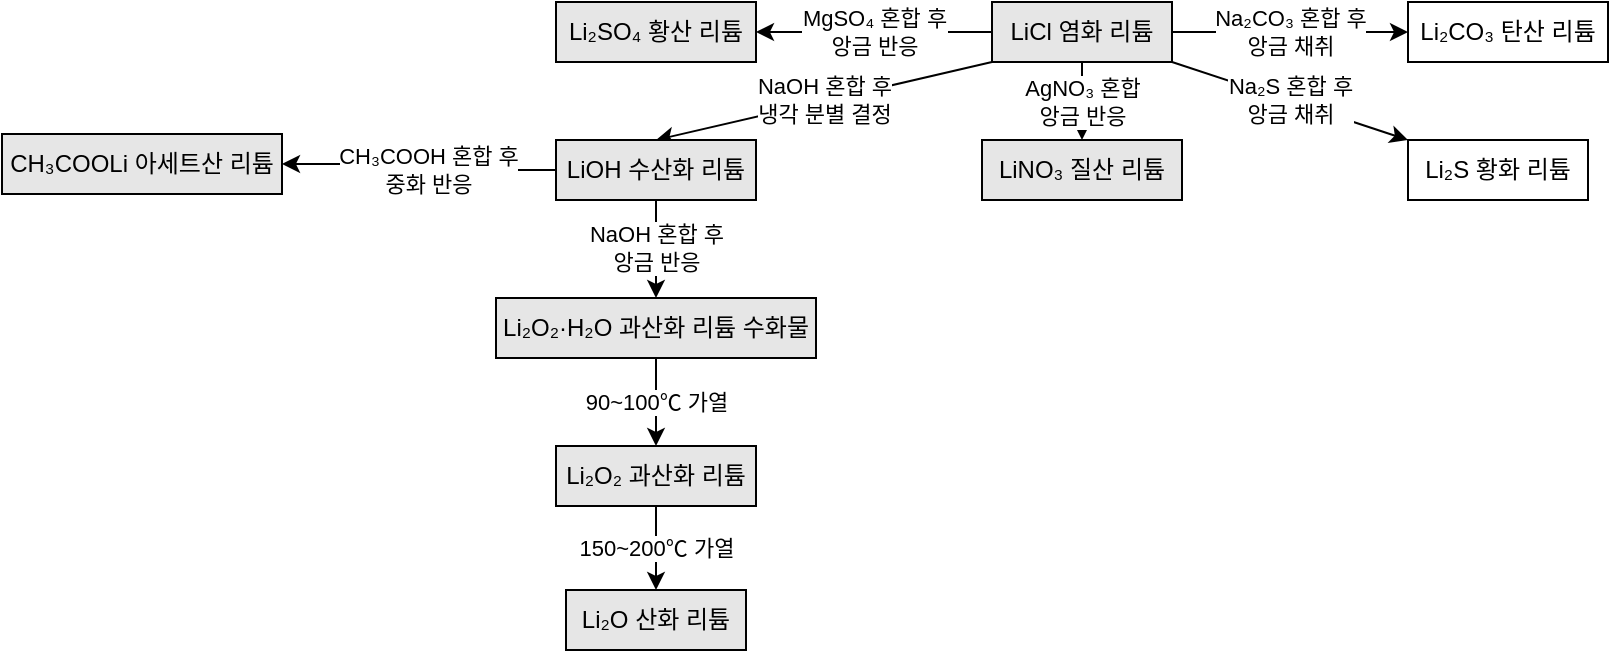
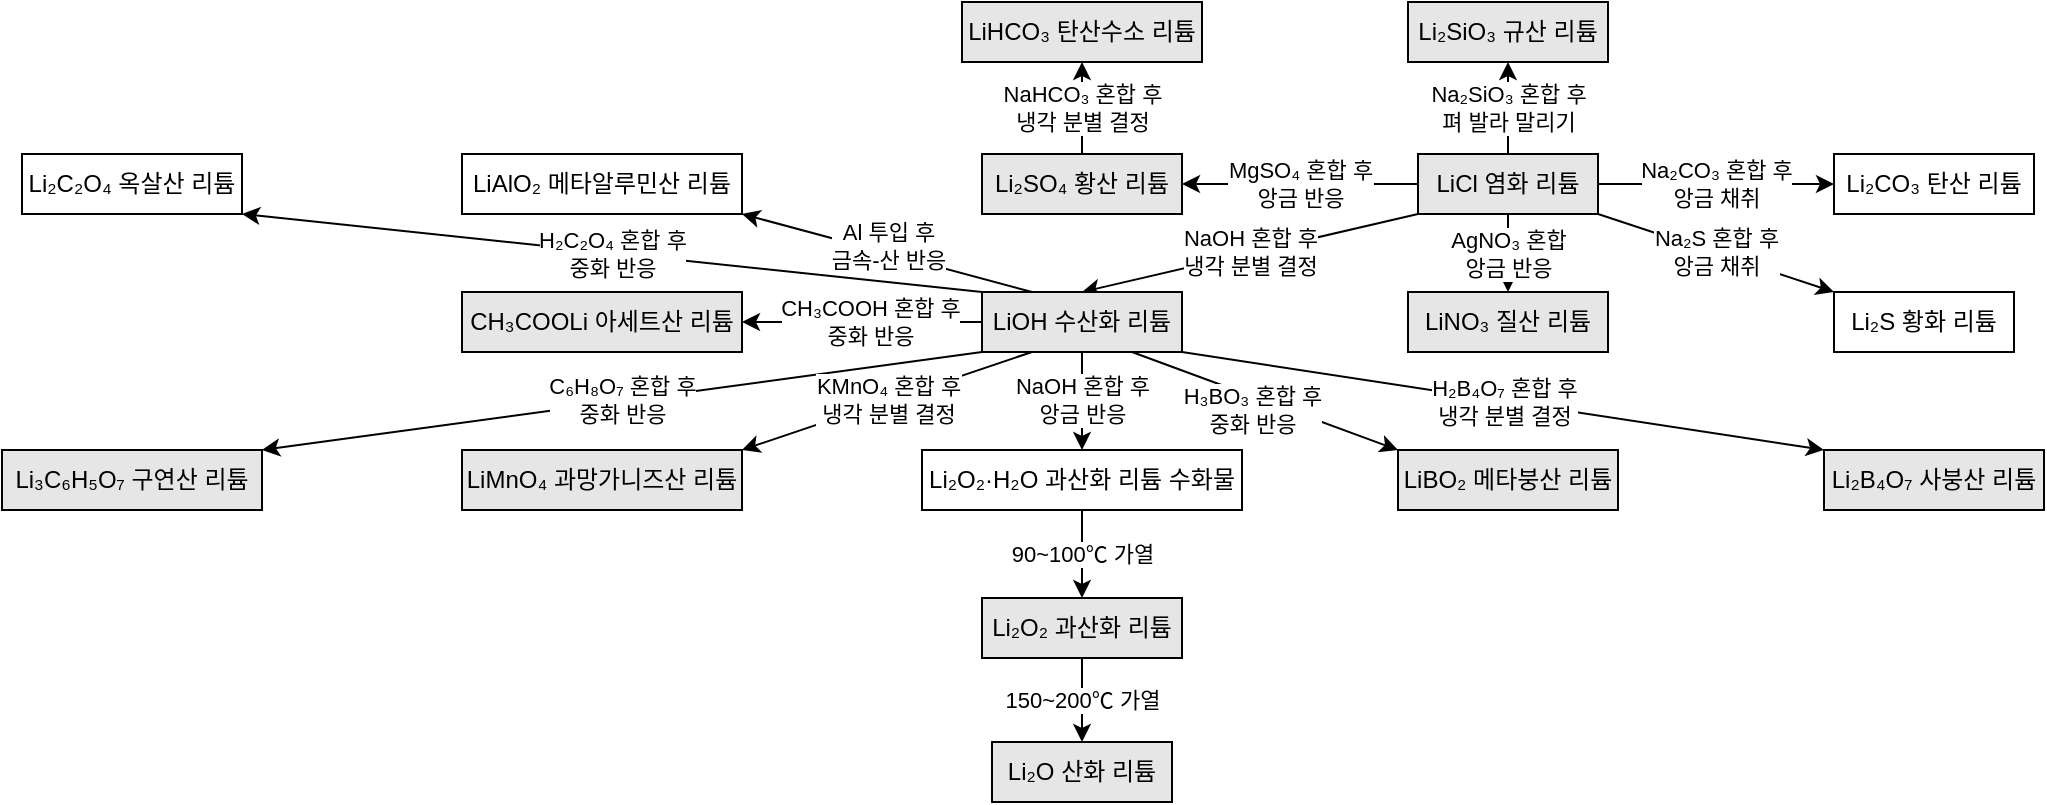
<mxfile host="app.diagrams.net">
  <diagram name="페이지-1" id="5QjBZDjAQWj_5qGgaRR9">
-     <mxGraphModel dx="1628" dy="949" grid="0" gridSize="10" guides="1" tooltips="1" connect="1" arrows="1" fold="1" page="0" pageScale="1" pageWidth="827" pageHeight="1169" math="0" shadow="0">
+     <mxGraphModel dx="2213" dy="1336" grid="0" gridSize="10" guides="1" tooltips="1" connect="1" arrows="1" fold="1" page="0" pageScale="1" pageWidth="827" pageHeight="1169" math="0" shadow="0">
      <root>
        <mxCell id="0" />
        <mxCell id="1" parent="0" />
        <mxCell id="AcUi6nx6hBdICLV07UQd-4" edge="1" parent="1" source="AcUi6nx6hBdICLV07UQd-1" style="edgeStyle=orthogonalEdgeStyle;rounded=0;orthogonalLoop=1;jettySize=auto;html=1;exitX=1;exitY=0.5;exitDx=0;exitDy=0;" target="AcUi6nx6hBdICLV07UQd-3" value="Na₂CO₃ 혼합 후&lt;br&gt;앙금 채취">
          <mxGeometry relative="1" as="geometry" />
        </mxCell>
        <mxCell id="AcUi6nx6hBdICLV07UQd-6" edge="1" parent="1" source="AcUi6nx6hBdICLV07UQd-1" style="rounded=0;orthogonalLoop=1;jettySize=auto;html=1;exitX=1;exitY=1;exitDx=0;exitDy=0;entryX=0;entryY=0;entryDx=0;entryDy=0;" target="AcUi6nx6hBdICLV07UQd-5" value="Na₂S 혼합 후&lt;br&gt;앙금 채취">
          <mxGeometry relative="1" as="geometry" />
        </mxCell>
        <mxCell id="AcUi6nx6hBdICLV07UQd-8" edge="1" parent="1" source="AcUi6nx6hBdICLV07UQd-1" style="rounded=0;orthogonalLoop=1;jettySize=auto;html=1;exitX=0.5;exitY=1;exitDx=0;exitDy=0;entryX=0.5;entryY=0;entryDx=0;entryDy=0;" target="AcUi6nx6hBdICLV07UQd-7" value="AgNO₃ 혼합&lt;br&gt;앙금 반응">
          <mxGeometry relative="1" as="geometry" />
        </mxCell>
        <mxCell id="AcUi6nx6hBdICLV07UQd-10" edge="1" parent="1" source="AcUi6nx6hBdICLV07UQd-1" style="rounded=0;orthogonalLoop=1;jettySize=auto;html=1;exitX=0;exitY=1;exitDx=0;exitDy=0;entryX=0.5;entryY=0;entryDx=0;entryDy=0;" target="AcUi6nx6hBdICLV07UQd-9" value="NaOH 혼합 후&lt;br&gt;냉각 분별 결정">
          <mxGeometry relative="1" as="geometry" />
        </mxCell>
        <mxCell id="AcUi6nx6hBdICLV07UQd-13" edge="1" parent="1" source="AcUi6nx6hBdICLV07UQd-1" style="edgeStyle=orthogonalEdgeStyle;rounded=0;orthogonalLoop=1;jettySize=auto;html=1;exitX=0;exitY=0.5;exitDx=0;exitDy=0;" target="AcUi6nx6hBdICLV07UQd-12" value="MgSO₄ 혼합 후&lt;div&gt;앙금 반응&lt;/div&gt;">
+           <mxGeometry relative="1" as="geometry" />
+         </mxCell>
+         <mxCell id="AcUi6nx6hBdICLV07UQd-30" edge="1" parent="1" source="AcUi6nx6hBdICLV07UQd-1" style="edgeStyle=orthogonalEdgeStyle;rounded=0;orthogonalLoop=1;jettySize=auto;html=1;exitX=0.5;exitY=0;exitDx=0;exitDy=0;entryX=0.5;entryY=1;entryDx=0;entryDy=0;" target="AcUi6nx6hBdICLV07UQd-29" value="Na₂SiO₃ 혼합 후&lt;br&gt;펴 발라 말리기">
          <mxGeometry relative="1" as="geometry" />
        </mxCell>
        <mxCell id="AcUi6nx6hBdICLV07UQd-1" parent="1" style="rounded=0;whiteSpace=wrap;html=1;fillColor=#E6E6E6;" value="LiCl 염화 리튬" vertex="1">
          <mxGeometry height="30" width="90" x="10" y="-24" as="geometry" />
        </mxCell>
        <mxCell id="AcUi6nx6hBdICLV07UQd-3" parent="1" style="rounded=0;whiteSpace=wrap;html=1;" value="Li₂CO₃ 탄산 리튬" vertex="1">
          <mxGeometry height="30" width="100" x="218" y="-24" as="geometry" />
        </mxCell>
        <mxCell id="AcUi6nx6hBdICLV07UQd-5" parent="1" style="rounded=0;whiteSpace=wrap;html=1;fillColor=#FFFFFF;" value="Li₂S 황화 리튬" vertex="1">
          <mxGeometry height="30" width="90" x="218" y="45" as="geometry" />
        </mxCell>
        <mxCell id="AcUi6nx6hBdICLV07UQd-7" parent="1" style="rounded=0;whiteSpace=wrap;html=1;fillColor=#E6E6E6;" value="LiNO₃ 질산&lt;span style=&quot;background-color: transparent; color: light-dark(rgb(0, 0, 0), rgb(255, 255, 255));&quot;&gt;&amp;nbsp;리튬&lt;/span&gt;" vertex="1">
          <mxGeometry height="30" width="100" x="5" y="45" as="geometry" />
        </mxCell>
        <mxCell id="AcUi6nx6hBdICLV07UQd-15" edge="1" parent="1" source="AcUi6nx6hBdICLV07UQd-9" style="rounded=0;orthogonalLoop=1;jettySize=auto;html=1;exitX=0.5;exitY=1;exitDx=0;exitDy=0;entryX=0.5;entryY=0;entryDx=0;entryDy=0;" target="AcUi6nx6hBdICLV07UQd-14" value="&lt;span style=&quot;color: rgb(0, 0, 0); font-family: Helvetica; font-size: 11px; font-style: normal; font-variant-ligatures: normal; font-variant-caps: normal; font-weight: 400; letter-spacing: normal; orphans: 2; text-align: center; text-indent: 0px; text-transform: none; widows: 2; word-spacing: 0px; -webkit-text-stroke-width: 0px; white-space: nowrap; background-color: rgb(255, 255, 255); text-decoration-thickness: initial; text-decoration-style: initial; text-decoration-color: initial; float: none; display: inline !important;&quot;&gt;NaOH 혼합 후&lt;/span&gt;&lt;div style=&quot;forced-color-adjust: none; color: rgb(0, 0, 0); font-family: Helvetica; font-size: 11px; font-style: normal; font-variant-ligatures: normal; font-variant-caps: normal; font-weight: 400; letter-spacing: normal; orphans: 2; text-align: center; text-indent: 0px; text-transform: none; widows: 2; word-spacing: 0px; -webkit-text-stroke-width: 0px; white-space: nowrap; text-decoration-thickness: initial; text-decoration-style: initial; text-decoration-color: initial;&quot;&gt;앙금 반응&lt;/div&gt;">
          <mxGeometry relative="1" x="-0.0196" as="geometry">
            <mxPoint as="offset" />
          </mxGeometry>
        </mxCell>
        <mxCell id="AcUi6nx6hBdICLV07UQd-25" edge="1" parent="1" source="AcUi6nx6hBdICLV07UQd-9" style="edgeStyle=orthogonalEdgeStyle;rounded=0;orthogonalLoop=1;jettySize=auto;html=1;exitX=0;exitY=0.5;exitDx=0;exitDy=0;" target="AcUi6nx6hBdICLV07UQd-24">
          <mxGeometry relative="1" as="geometry" />
        </mxCell>
        <mxCell id="AcUi6nx6hBdICLV07UQd-26" connectable="0" parent="AcUi6nx6hBdICLV07UQd-25" style="edgeLabel;html=1;align=center;verticalAlign=middle;resizable=0;points=[];" value="CH₃COOH 혼합 후&lt;br&gt;중화 반응" vertex="1">
          <mxGeometry relative="1" x="-0.1916" y="-2" as="geometry">
            <mxPoint x="-8" y="2" as="offset" />
          </mxGeometry>
        </mxCell>
+         <mxCell id="AcUi6nx6hBdICLV07UQd-28" edge="1" parent="1" source="AcUi6nx6hBdICLV07UQd-9" style="rounded=0;orthogonalLoop=1;jettySize=auto;html=1;exitX=0;exitY=1;exitDx=0;exitDy=0;entryX=1;entryY=0;entryDx=0;entryDy=0;" target="AcUi6nx6hBdICLV07UQd-27" value="C₆H₈O₇ 혼합 후&lt;br&gt;중화 반응">
+           <mxGeometry relative="1" as="geometry" />
+         </mxCell>
+         <mxCell id="AcUi6nx6hBdICLV07UQd-32" edge="1" parent="1" source="AcUi6nx6hBdICLV07UQd-9" style="rounded=0;orthogonalLoop=1;jettySize=auto;html=1;exitX=0;exitY=0;exitDx=0;exitDy=0;entryX=1;entryY=1;entryDx=0;entryDy=0;" target="AcUi6nx6hBdICLV07UQd-31" value="H₂C₂O₄ 혼합 후&lt;br&gt;중화 반응">
+           <mxGeometry relative="1" as="geometry" />
+         </mxCell>
+         <mxCell id="AcUi6nx6hBdICLV07UQd-34" edge="1" parent="1" source="AcUi6nx6hBdICLV07UQd-9" style="rounded=0;orthogonalLoop=1;jettySize=auto;html=1;exitX=1;exitY=1;exitDx=0;exitDy=0;entryX=0;entryY=0;entryDx=0;entryDy=0;" target="AcUi6nx6hBdICLV07UQd-33" value="H₂B₄O₇ 혼합 후&lt;br&gt;냉각 분별 결정">
+           <mxGeometry relative="1" as="geometry" />
+         </mxCell>
+         <mxCell id="AcUi6nx6hBdICLV07UQd-36" edge="1" parent="1" source="AcUi6nx6hBdICLV07UQd-9" style="rounded=0;orthogonalLoop=1;jettySize=auto;html=1;exitX=0.75;exitY=1;exitDx=0;exitDy=0;entryX=0;entryY=0;entryDx=0;entryDy=0;" target="AcUi6nx6hBdICLV07UQd-35" value="H₃BO₃ 혼합 후&lt;br&gt;중화 반응">
+           <mxGeometry relative="1" x="-0.0628" y="-6" as="geometry">
+             <mxPoint as="offset" />
+           </mxGeometry>
+         </mxCell>
+         <mxCell id="AcUi6nx6hBdICLV07UQd-38" edge="1" parent="1" source="AcUi6nx6hBdICLV07UQd-9" style="rounded=0;orthogonalLoop=1;jettySize=auto;html=1;exitX=0.25;exitY=0;exitDx=0;exitDy=0;entryX=1;entryY=1;entryDx=0;entryDy=0;" target="AcUi6nx6hBdICLV07UQd-37" value="Al 투입 후&lt;br&gt;금속-산 반응">
+           <mxGeometry relative="1" x="0.0032" y="-3" as="geometry">
+             <mxPoint as="offset" />
+           </mxGeometry>
+         </mxCell>
+         <mxCell id="AcUi6nx6hBdICLV07UQd-40" edge="1" parent="1" source="AcUi6nx6hBdICLV07UQd-9" style="rounded=0;orthogonalLoop=1;jettySize=auto;html=1;exitX=0.25;exitY=1;exitDx=0;exitDy=0;entryX=1;entryY=0;entryDx=0;entryDy=0;" target="AcUi6nx6hBdICLV07UQd-39" value="KMnO₄ 혼합 후&lt;br&gt;냉각 분별 결정">
+           <mxGeometry relative="1" as="geometry" />
+         </mxCell>
        <mxCell id="AcUi6nx6hBdICLV07UQd-9" parent="1" style="rounded=0;whiteSpace=wrap;html=1;fillColor=#E6E6E6;" value="LiOH 수산화 리튬" vertex="1">
          <mxGeometry height="30" width="100" x="-208" y="45" as="geometry" />
+         </mxCell>
+         <mxCell id="AcUi6nx6hBdICLV07UQd-42" edge="1" parent="1" source="AcUi6nx6hBdICLV07UQd-12" style="edgeStyle=orthogonalEdgeStyle;rounded=0;orthogonalLoop=1;jettySize=auto;html=1;exitX=0.5;exitY=0;exitDx=0;exitDy=0;entryX=0.5;entryY=1;entryDx=0;entryDy=0;" target="AcUi6nx6hBdICLV07UQd-41" value="NaHCO₃ 혼합 후&lt;br&gt;냉각 분별 결정">
+           <mxGeometry relative="1" as="geometry" />
        </mxCell>
        <mxCell id="AcUi6nx6hBdICLV07UQd-12" parent="1" style="rounded=0;whiteSpace=wrap;html=1;fillColor=#E6E6E6;" value="Li₂SO₄ 황산 리튬" vertex="1">
          <mxGeometry height="30" width="100" x="-208" y="-24" as="geometry" />
        </mxCell>
        <mxCell id="AcUi6nx6hBdICLV07UQd-18" edge="1" parent="1" source="AcUi6nx6hBdICLV07UQd-14" style="edgeStyle=orthogonalEdgeStyle;rounded=0;orthogonalLoop=1;jettySize=auto;html=1;exitX=0.5;exitY=1;exitDx=0;exitDy=0;entryX=0.5;entryY=0;entryDx=0;entryDy=0;" target="AcUi6nx6hBdICLV07UQd-17" value="90~100℃ 가열">
          <mxGeometry relative="1" as="geometry" />
        </mxCell>
-         <mxCell id="AcUi6nx6hBdICLV07UQd-14" parent="1" style="rounded=0;whiteSpace=wrap;html=1;fillColor=#E6E6E6;" value="Li₂O₂·H₂O 과산화 리튬 수화물" vertex="1">
+         <mxCell id="AcUi6nx6hBdICLV07UQd-14" parent="1" style="rounded=0;whiteSpace=wrap;html=1;fillColor=#FFFFFF;" value="Li₂O₂·H₂O 과산화 리튬 수화물" vertex="1">
          <mxGeometry height="30" width="160" x="-238" y="124" as="geometry" />
        </mxCell>
        <mxCell id="AcUi6nx6hBdICLV07UQd-21" edge="1" parent="1" source="AcUi6nx6hBdICLV07UQd-17" style="edgeStyle=orthogonalEdgeStyle;rounded=0;orthogonalLoop=1;jettySize=auto;html=1;exitX=0.5;exitY=1;exitDx=0;exitDy=0;entryX=0.5;entryY=0;entryDx=0;entryDy=0;" target="AcUi6nx6hBdICLV07UQd-20">
          <mxGeometry relative="1" as="geometry" />
        </mxCell>
        <mxCell id="AcUi6nx6hBdICLV07UQd-22" connectable="0" parent="AcUi6nx6hBdICLV07UQd-21" style="edgeLabel;html=1;align=center;verticalAlign=middle;resizable=0;points=[];" value="150~200℃ 가열" vertex="1">
          <mxGeometry relative="1" x="-0.2879" y="-5" as="geometry">
            <mxPoint x="5" y="6" as="offset" />
          </mxGeometry>
        </mxCell>
        <mxCell id="AcUi6nx6hBdICLV07UQd-17" parent="1" style="rounded=0;whiteSpace=wrap;html=1;fillColor=#E6E6E6;" value="Li₂O₂ 과산화 리튬" vertex="1">
          <mxGeometry height="30" width="100" x="-208" y="198" as="geometry" />
        </mxCell>
        <mxCell id="AcUi6nx6hBdICLV07UQd-20" parent="1" style="rounded=0;whiteSpace=wrap;html=1;fillColor=#E6E6E6;" value="Li₂O 산화 리튬" vertex="1">
          <mxGeometry height="30" width="90" x="-203" y="270" as="geometry" />
        </mxCell>
        <mxCell id="AcUi6nx6hBdICLV07UQd-24" parent="1" style="rounded=0;whiteSpace=wrap;html=1;fillColor=#E6E6E6;" value="CH₃COOLi 아세트산 리튬" vertex="1">
-           <mxGeometry height="30" width="140" x="-485" y="42" as="geometry" />
+           <mxGeometry height="30" width="140" x="-468" y="45" as="geometry" />
+         </mxCell>
+         <mxCell id="AcUi6nx6hBdICLV07UQd-27" parent="1" style="rounded=0;whiteSpace=wrap;html=1;fillColor=#E6E6E6;" value="Li₃C₆H₅O₇ 구연산 리튬" vertex="1">
+           <mxGeometry height="30" width="130" x="-698" y="124" as="geometry" />
+         </mxCell>
+         <mxCell id="AcUi6nx6hBdICLV07UQd-29" parent="1" style="rounded=0;whiteSpace=wrap;html=1;fillColor=#E6E6E6;" value="Li₂SiO₃ 규산 리튬" vertex="1">
+           <mxGeometry height="30" width="100" x="5" y="-100" as="geometry" />
+         </mxCell>
+         <mxCell id="AcUi6nx6hBdICLV07UQd-31" parent="1" style="rounded=0;whiteSpace=wrap;html=1;fillColor=#FFFFFF;" value="Li₂C₂O₄ 옥살산 리튬" vertex="1">
+           <mxGeometry height="30" width="110" x="-688" y="-24" as="geometry" />
+         </mxCell>
+         <mxCell id="AcUi6nx6hBdICLV07UQd-33" parent="1" style="rounded=0;whiteSpace=wrap;html=1;fillColor=#E6E6E6;" value="Li₂B₄O₇ 사붕산 리튬" vertex="1">
+           <mxGeometry height="30" width="110" x="213" y="124" as="geometry" />
+         </mxCell>
+         <mxCell id="AcUi6nx6hBdICLV07UQd-35" parent="1" style="rounded=0;whiteSpace=wrap;html=1;fillColor=#E6E6E6;" value="LiBO₂ 메타붕산 리튬" vertex="1">
+           <mxGeometry height="30" width="110" y="124" as="geometry" />
+         </mxCell>
+         <mxCell id="AcUi6nx6hBdICLV07UQd-37" parent="1" style="rounded=0;whiteSpace=wrap;html=1;fillColor=#FFFFFF;" value="LiAlO₂ 메타알루민산 리튬" vertex="1">
+           <mxGeometry height="30" width="140" x="-468" y="-24" as="geometry" />
+         </mxCell>
+         <mxCell id="AcUi6nx6hBdICLV07UQd-39" parent="1" style="rounded=0;whiteSpace=wrap;html=1;fillColor=#E6E6E6;" value="LiMnO₄ 과망가니즈산 리튬" vertex="1">
+           <mxGeometry height="30" width="140" x="-468" y="124" as="geometry" />
+         </mxCell>
+         <mxCell id="AcUi6nx6hBdICLV07UQd-41" parent="1" style="rounded=0;whiteSpace=wrap;html=1;fillColor=#E6E6E6;" value="LiHCO₃ 탄산수소 리튬" vertex="1">
+           <mxGeometry height="30" width="120" x="-218" y="-100" as="geometry" />
        </mxCell>
      </root>
    </mxGraphModel>
  </diagram>
</mxfile>
